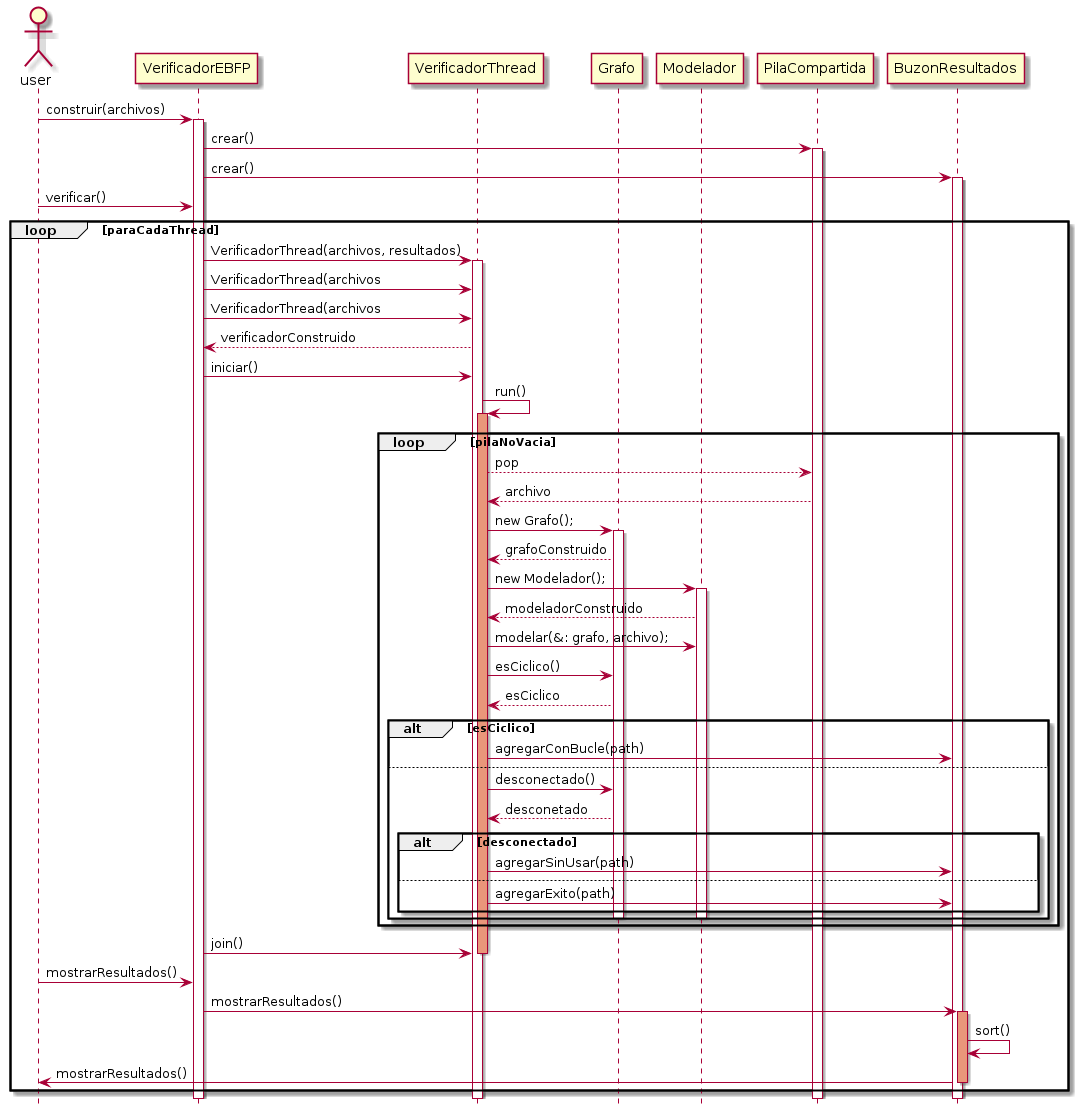
RiedelNicolas/7542-Verificador_eBPF keeps this PlantUML diagram as DiagramasUml/diagramaDeSecuencia.png. Above is the earlier version.
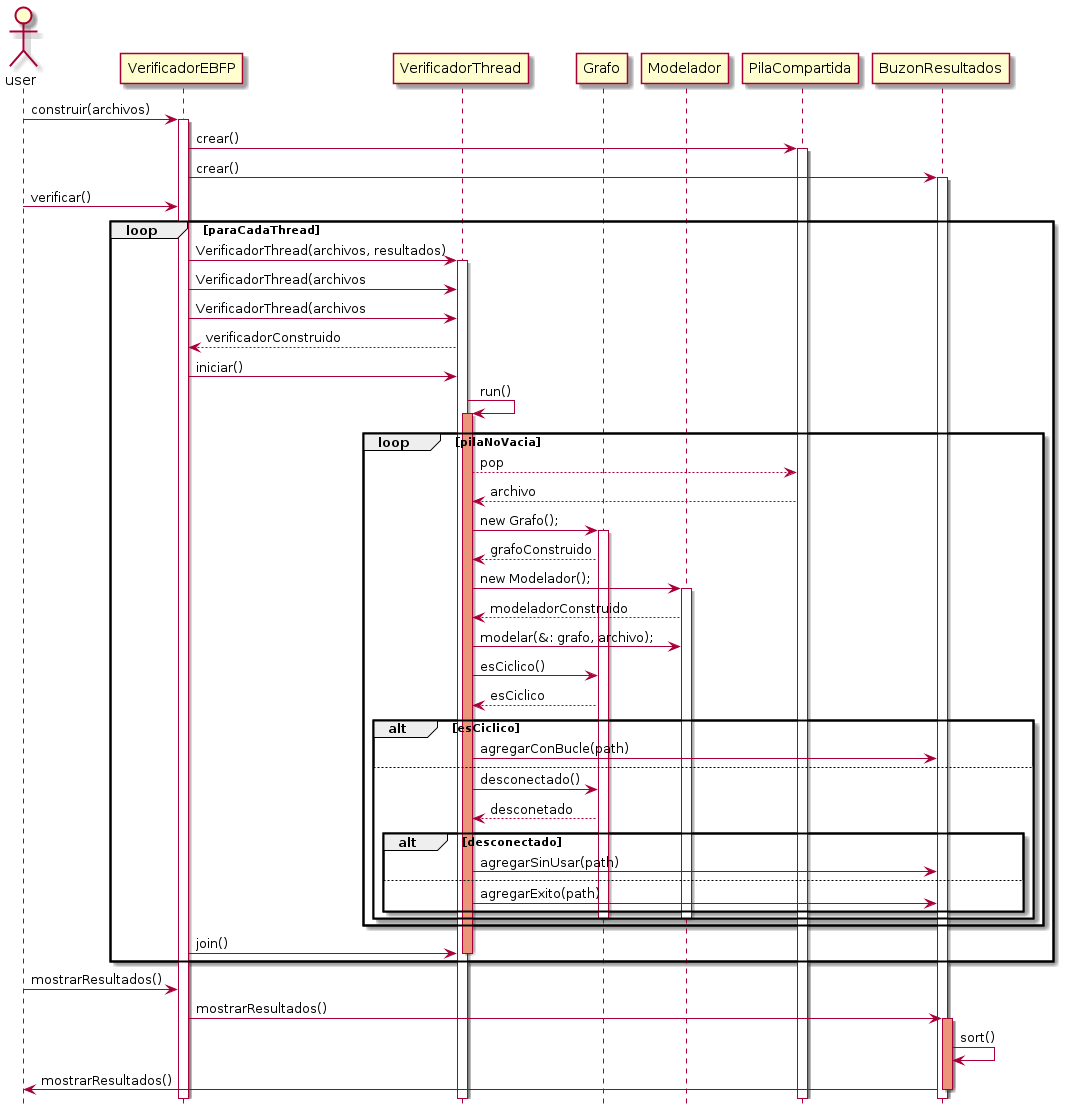
After the change.

Commit message:
vuelvo a generar los UML

The edit, as a diff of the source:
```diff
@@ -60,6 +60,8 @@
     end
     VerificadorEBFP -> VerificadorThread: join()
     deactivate VerificadorThread
+
+end
 user -> VerificadorEBFP: mostrarResultados()
 VerificadorEBFP -> BuzonResultados: mostrarResultados()
 activate BuzonResultados #DarkSalmon
@@ -67,7 +69,6 @@
 BuzonResultados -> user: mostrarResultados()
 Deactivate BuzonResultados
 
-end
 
 
 @endumla
```
